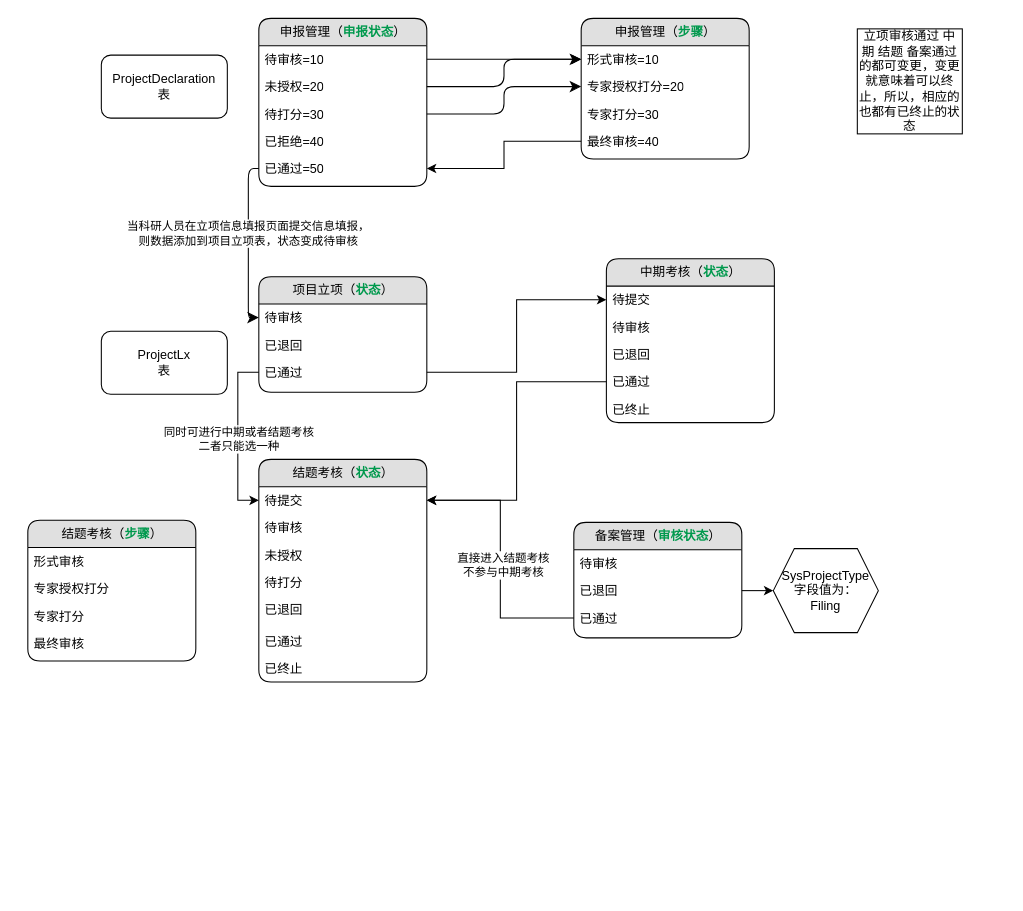
Before: 未命名绘图.drawio in wanghuabei/bei, a draw.io diagram. Source tidied: cells renumbered, new cells numbered last; positions are measured from the earlier drawing's top-left corner, leaving out a move shared by most shapes. Both pictures are drawn from the tidied source at 105%, with x=0, y=0 at pixel (27, 18).
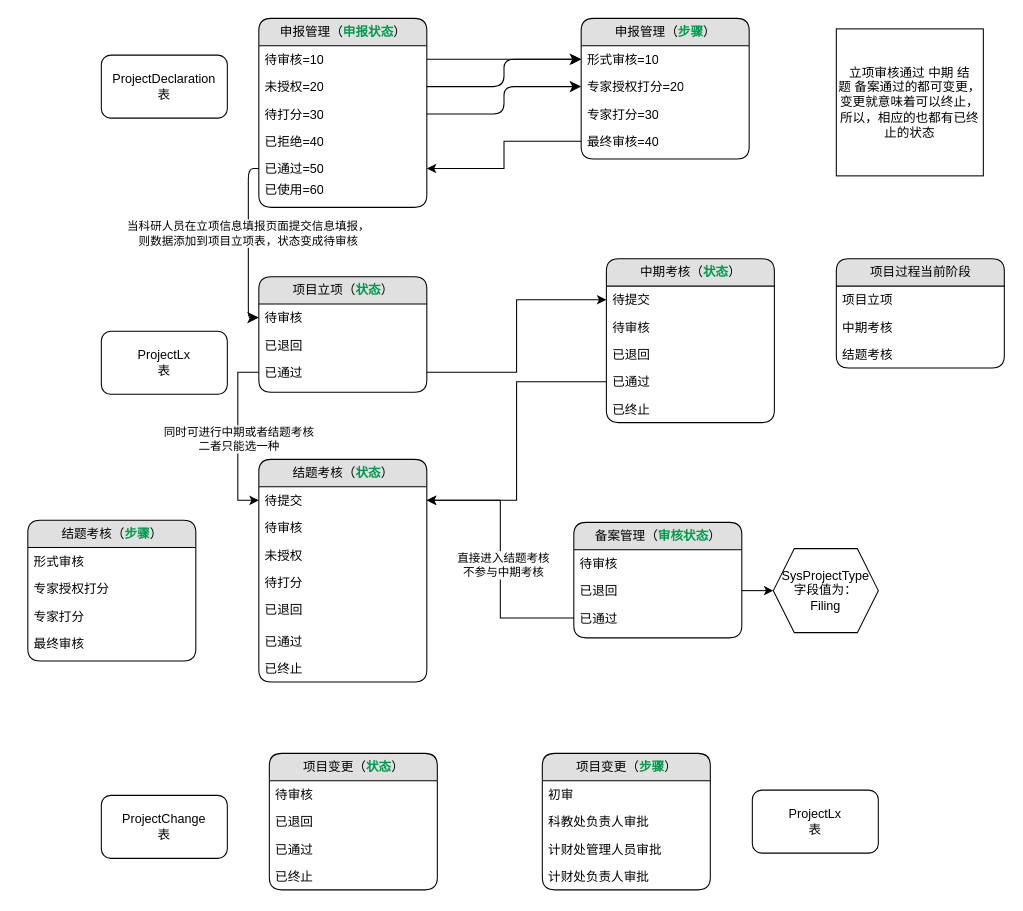
Above is the later version.

Commit message (it also covers changes not shown here):
更新未命名绘图.drawio

Diff of the diagram source:
```diff
@@
     <mxCell id="2" value="申报管理（&lt;b&gt;&lt;font color=&quot;#00994d&quot;&gt;申报状态&lt;/font&gt;&lt;/b&gt;）" style="swimlane;html=1;fontStyle=0;horizontal=1;startSize=26;fillColor=#e0e0e0;swimlaneFillColor=#ffffff;align=center;rounded=1;shadow=0;comic=0;labelBackgroundColor=none;strokeWidth=1;fontFamily=Verdana;fontSize=12;" parent="1" vertex="1">
-      <mxGeometry x="220" width="160" height="160" as="geometry" />
+      <mxGeometry x="220" width="160" height="180" as="geometry" />
     </mxCell>
@@
     <mxCell id="38" value="立项审核通过&amp;nbsp;中期&amp;nbsp;结题&amp;nbsp;备案通过的都可变更，变更就意味着可以终止，所以，相应的也都有已终止的状态" style="whiteSpace=wrap;html=1;" parent="1" vertex="1">
-      <mxGeometry x="790" y="10" width="100" height="100" as="geometry" />
+      <mxGeometry x="770" y="10" width="140" height="140" as="geometry" />
     </mxCell>
@@
+    <mxCell id="59" value="项目变更（&lt;b&gt;&lt;font color=&quot;#00994d&quot;&gt;状态&lt;/font&gt;&lt;/b&gt;）" style="swimlane;html=1;fontStyle=0;horizontal=1;startSize=26;fillColor=#e0e0e0;swimlaneFillColor=#ffffff;align=center;rounded=1;shadow=0;comic=0;labelBackgroundColor=none;strokeWidth=1;fontFamily=Verdana;fontSize=12;" parent="1" vertex="1">
+      <mxGeometry x="230" y="700" width="160" height="130" as="geometry" />
+    </mxCell>
+    <mxCell id="60" value="待审核" style="text;html=1;strokeColor=none;fillColor=none;spacingLeft=4;spacingRight=4;whiteSpace=wrap;overflow=hidden;" parent="59" vertex="1">
+      <mxGeometry y="26" width="160" height="26" as="geometry" />
+    </mxCell>
+    <mxCell id="61" value="已退回" style="text;html=1;strokeColor=none;fillColor=none;spacingLeft=4;spacingRight=4;whiteSpace=wrap;overflow=hidden;" parent="59" vertex="1">
+      <mxGeometry y="52" width="160" height="26" as="geometry" />
+    </mxCell>
+    <mxCell id="62" value="已通过" style="text;html=1;strokeColor=none;fillColor=none;spacingLeft=4;spacingRight=4;whiteSpace=wrap;overflow=hidden;" parent="59" vertex="1">
+      <mxGeometry y="78" width="160" height="26" as="geometry" />
+    </mxCell>
+    <mxCell id="63" value="已终止" style="text;html=1;strokeColor=none;fillColor=none;spacingLeft=4;spacingRight=4;whiteSpace=wrap;overflow=hidden;" parent="59" vertex="1">
+      <mxGeometry y="104" width="160" height="26" as="geometry" />
+    </mxCell>
+    <mxCell id="64" value="ProjectChange&lt;br&gt;表" style="rounded=1;whiteSpace=wrap;html=1;" parent="1" vertex="1">
+      <mxGeometry x="70" y="740" width="120" height="60" as="geometry" />
+    </mxCell>
+    <mxCell id="65" value="项目变更（&lt;b&gt;&lt;font color=&quot;#00994d&quot;&gt;步骤&lt;/font&gt;&lt;/b&gt;）" style="swimlane;html=1;fontStyle=0;horizontal=1;startSize=26;fillColor=#e0e0e0;swimlaneFillColor=#ffffff;align=center;rounded=1;shadow=0;comic=0;labelBackgroundColor=none;strokeWidth=1;fontFamily=Verdana;fontSize=12;" parent="1" vertex="1">
+      <mxGeometry x="490" y="700" width="160" height="130" as="geometry" />
+    </mxCell>
+    <mxCell id="66" value="初审" style="text;html=1;strokeColor=none;fillColor=none;spacingLeft=4;spacingRight=4;whiteSpace=wrap;overflow=hidden;" parent="65" vertex="1">
+      <mxGeometry y="26" width="160" height="26" as="geometry" />
+    </mxCell>
+    <mxCell id="67" value="科教处负责人审批" style="text;html=1;strokeColor=none;fillColor=none;spacingLeft=4;spacingRight=4;whiteSpace=wrap;overflow=hidden;" parent="65" vertex="1">
+      <mxGeometry y="52" width="160" height="26" as="geometry" />
+    </mxCell>
+    <mxCell id="68" value="计财处管理人员审批" style="text;html=1;strokeColor=none;fillColor=none;spacingLeft=4;spacingRight=4;whiteSpace=wrap;overflow=hidden;" parent="65" vertex="1">
+      <mxGeometry y="78" width="160" height="26" as="geometry" />
+    </mxCell>
+    <mxCell id="69" value="计财处负责人审批" style="text;html=1;strokeColor=none;fillColor=none;spacingLeft=4;spacingRight=4;whiteSpace=wrap;overflow=hidden;" parent="65" vertex="1">
+      <mxGeometry y="104" width="160" height="26" as="geometry" />
+    </mxCell>
+    <mxCell id="70" value="ProjectLx&lt;br&gt;表" style="rounded=1;whiteSpace=wrap;html=1;" parent="1" vertex="1">
+      <mxGeometry x="690" y="735" width="120" height="60" as="geometry" />
+    </mxCell>
+    <mxCell id="71" value="项目过程当前阶段" style="swimlane;html=1;fontStyle=0;horizontal=1;startSize=26;fillColor=#e0e0e0;swimlaneFillColor=#ffffff;align=center;rounded=1;shadow=0;comic=0;labelBackgroundColor=none;strokeWidth=1;fontFamily=Verdana;fontSize=12;" parent="1" vertex="1">
+      <mxGeometry x="770" y="229" width="160" height="104" as="geometry" />
+    </mxCell>
+    <mxCell id="72" value="项目立项" style="text;html=1;strokeColor=none;fillColor=none;spacingLeft=4;spacingRight=4;whiteSpace=wrap;overflow=hidden;" parent="71" vertex="1">
+      <mxGeometry y="26" width="160" height="26" as="geometry" />
+    </mxCell>
+    <mxCell id="73" value="中期考核" style="text;html=1;strokeColor=none;fillColor=none;spacingLeft=4;spacingRight=4;whiteSpace=wrap;overflow=hidden;" parent="71" vertex="1">
+      <mxGeometry y="52" width="160" height="26" as="geometry" />
+    </mxCell>
+    <mxCell id="74" value="结题考核" style="text;html=1;strokeColor=none;fillColor=none;spacingLeft=4;spacingRight=4;whiteSpace=wrap;overflow=hidden;" parent="71" vertex="1">
+      <mxGeometry y="78" width="160" height="26" as="geometry" />
+    </mxCell>
+    <mxCell id="75" value="已使用=60" style="text;html=1;strokeColor=none;fillColor=none;spacingLeft=4;spacingRight=4;whiteSpace=wrap;overflow=hidden;" parent="1" vertex="1">
+      <mxGeometry x="220" y="150" width="160" height="26" as="geometry" />
+    </mxCell>
```
